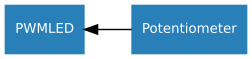
Above: docs/images/source_values/pwmled_pot.png in gpiozero/gpiozero (Graphviz), before the change. Its source is kept beside it as docs/images/source_values/pwmled_pot.dot. Source of this version:
```dot
/* vim: set et sw=4 sts=4: */

digraph {
    graph [rankdir=RL];
    node [shape=rect, style=filled, color="#2980b9", fontname=Sans, fontcolor="#ffffff", fontsize=10];
    edge [arrowhead=normal, style=solid];

    Potentiometer -> PWMLED;
}
```
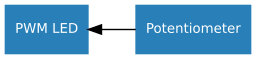
The same diagram one commit later.

The edit, as a diff of the source:
```diff
@@ -5,5 +5,7 @@
     node [shape=rect, style=filled, color="#2980b9", fontname=Sans, fontcolor="#ffffff", fontsize=10];
     edge [arrowhead=normal, style=solid];
 
-    Potentiometer -> PWMLED;
+    pwmled [label="PWM LED"]
+
+    Potentiometer -> pwmled;
 }
```
